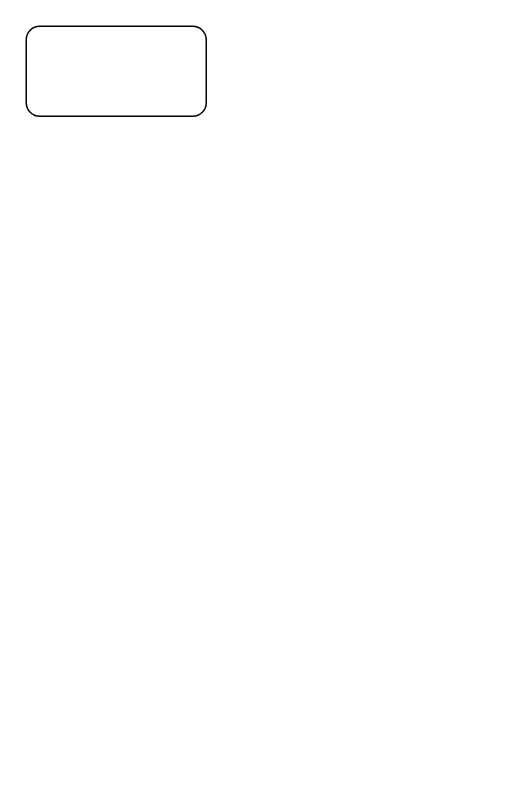
Above: 总结.drawio in huang8604/imgRes (draw.io), before the change. Source tidied: cells renumbered, new cells numbered last; positions are measured from the earlier drawing's top-left corner, leaving out a move shared by most shapes. Both pictures are drawn from the tidied source at 150%, with x=0, y=0 at pixel (26, 26).
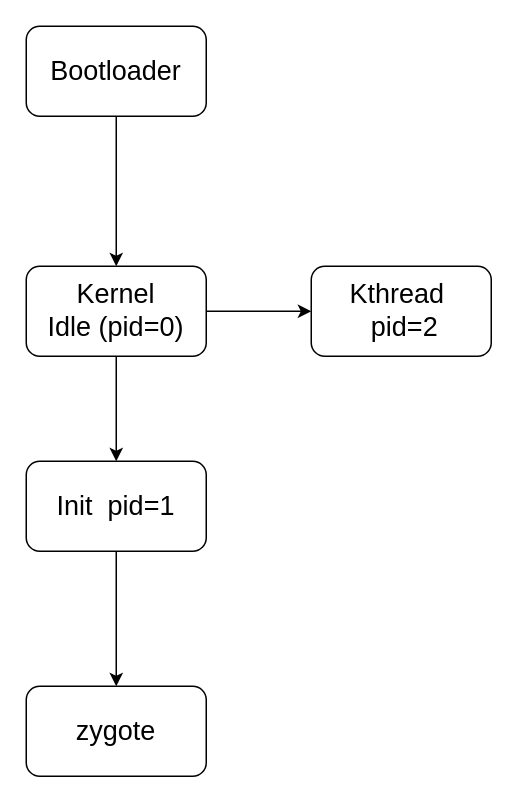
The same page after the edit.

The edit, as a diff of the source:
```diff
@@
 <mxGraphModel>
   <root>
     <mxCell id="0" />
     <mxCell id="1" parent="0" />
-    <mxCell id="2" style="rounded=1;whiteSpace=wrap;html=1;" parent="1" vertex="1">
+    <mxCell id="2" value="Bootloader" style="rounded=1;whiteSpace=wrap;html=1;fontSize=18;" parent="1" vertex="1">
       <mxGeometry width="120" height="60" as="geometry" />
     </mxCell>
+    <mxCell id="3" value="Kernel&lt;div&gt;Idle (pid=0)&lt;/div&gt;" style="rounded=1;whiteSpace=wrap;html=1;fontSize=18;" parent="1" vertex="1">
+      <mxGeometry y="160" width="120" height="60" as="geometry" />
+    </mxCell>
+    <mxCell id="4" style="endArrow=classic;html=1;rounded=0;fontFamily=Helvetica;fontSize=18;fontColor=default;exitX=0.5;exitY=1;exitDx=0;exitDy=0;entryX=0.5;entryY=0;entryDx=0;entryDy=0;" parent="1" edge="1" source="2" target="3">
+      <mxGeometry relative="1" as="geometry" />
+    </mxCell>
+    <mxCell id="5" value="Kthread&amp;nbsp; &amp;nbsp;pid=2" style="rounded=1;whiteSpace=wrap;html=1;fontSize=18;" parent="1" vertex="1">
+      <mxGeometry x="190" y="160" width="120" height="60" as="geometry" />
+    </mxCell>
+    <mxCell id="6" style="edgeStyle=none;jettySize=auto;html=1;rounded=0;fontFamily=Helvetica;fontSize=18;fontColor=default;exitX=1;exitY=0.5;exitDx=0;exitDy=0;entryX=0;entryY=0.5;entryDx=0;entryDy=0;" parent="1" edge="1" source="3" target="5">
+      <mxGeometry relative="1" as="geometry" />
+    </mxCell>
+    <mxCell id="7" value="Init&amp;nbsp; pid=1" style="rounded=1;whiteSpace=wrap;html=1;fontSize=18;" parent="1" vertex="1">
+      <mxGeometry y="290" width="120" height="60" as="geometry" />
+    </mxCell>
+    <mxCell id="8" style="edgeStyle=none;jettySize=auto;html=1;rounded=0;fontFamily=Helvetica;fontSize=18;fontColor=default;exitX=0.5;exitY=1;exitDx=0;exitDy=0;entryX=0.5;entryY=0;entryDx=0;entryDy=0;" parent="1" edge="1" source="3" target="7">
+      <mxGeometry relative="1" as="geometry" />
+    </mxCell>
+    <mxCell id="9" value="zygote" style="rounded=1;whiteSpace=wrap;html=1;fontSize=18;" parent="1" vertex="1">
+      <mxGeometry y="440" width="120" height="60" as="geometry" />
+    </mxCell>
+    <mxCell id="10" style="edgeStyle=none;jettySize=auto;html=1;rounded=0;fontFamily=Helvetica;fontSize=18;fontColor=default;exitX=0.5;exitY=1;exitDx=0;exitDy=0;" parent="1" edge="1" source="7" target="9">
+      <mxGeometry relative="1" as="geometry" />
+    </mxCell>
   </root>
 </mxGraphModel>
```
